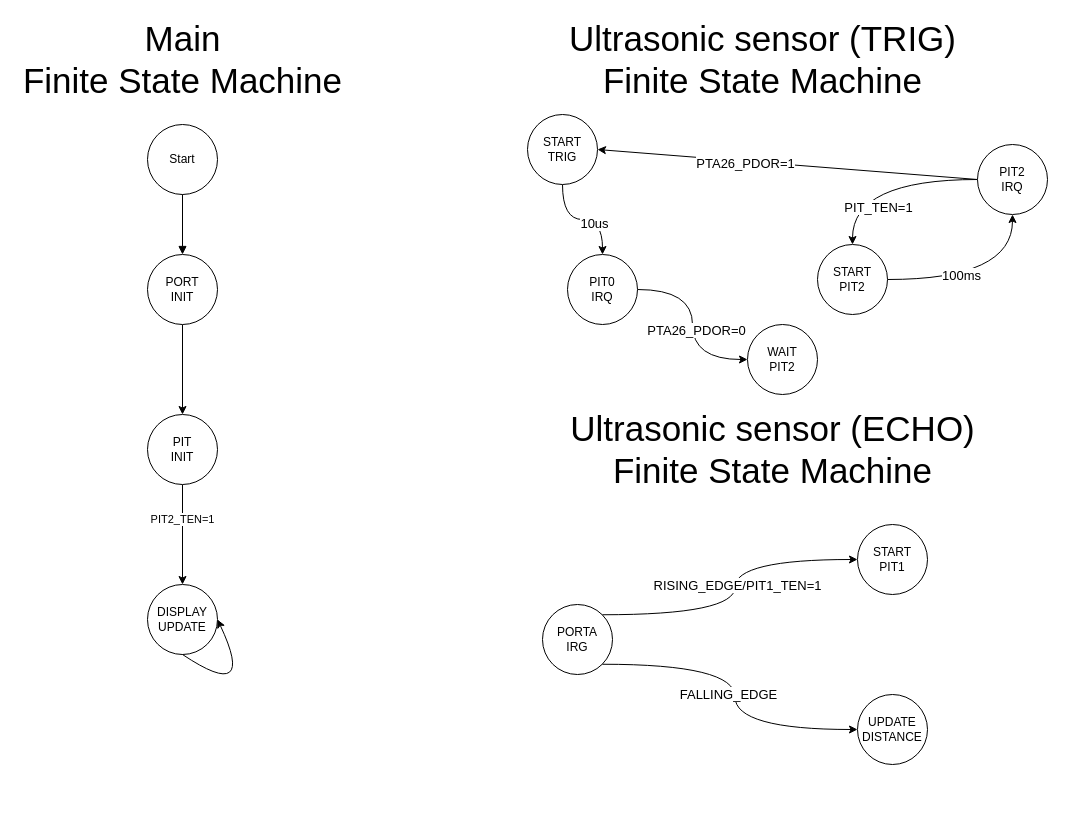
Above: page "fsm system" (1 of 3) of docs/resources/diagrams.drawio in hungdojan/IMP_Project (draw.io), before the change. Source tidied: cells renumbered, new cells numbered last; positions are measured from the earlier drawing's top-left corner, leaving out a move shared by most shapes. Both pictures are drawn from the tidied source at 100%, with x=0, y=0 at pixel (17, 34).
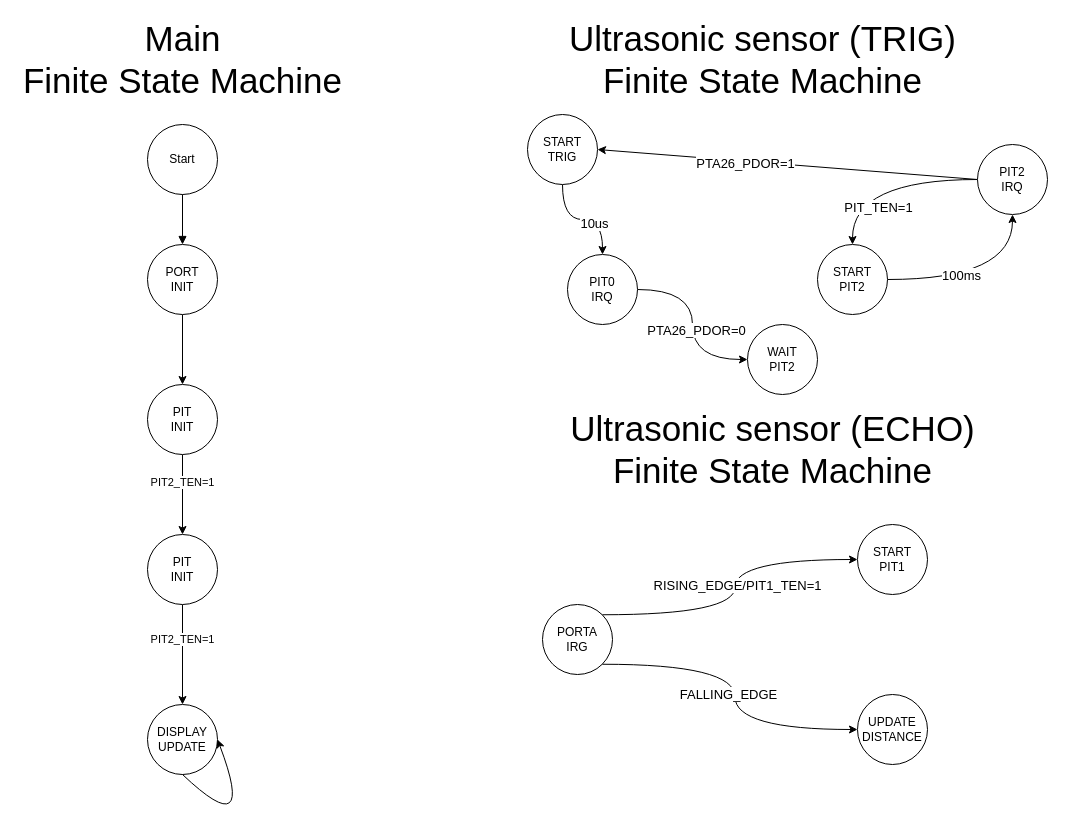
The same diagram, later.

Commit message (it also covers changes not shown here):
MCG init

The edit, as a diff of the source:
```diff
@@
     <mxCell id="6" value="PORT&lt;br&gt;INIT" style="ellipse;whiteSpace=wrap;html=1;" parent="1" vertex="1">
-      <mxGeometry x="130" y="220" width="70" height="70" as="geometry" />
+      <mxGeometry x="130" y="210" width="70" height="70" as="geometry" />
     </mxCell>
-    <mxCell id="7" style="edgeStyle=none;html=1;exitX=0.5;exitY=1;exitDx=0;exitDy=0;entryX=0.5;entryY=0;entryDx=0;entryDy=0;" parent="1" edge="1" source="9" target="10">
+    <mxCell id="7" style="edgeStyle=none;html=1;exitX=0.5;exitY=1;exitDx=0;exitDy=0;entryX=0.5;entryY=0;entryDx=0;entryDy=0;" parent="1" edge="1" source="9" target="38">
       <mxGeometry relative="1" as="geometry" />
     </mxCell>
@@
     <mxCell id="9" value="PIT&lt;br&gt;INIT" style="ellipse;whiteSpace=wrap;html=1;" parent="1" vertex="1">
-      <mxGeometry x="130" y="380" width="70" height="70" as="geometry" />
+      <mxGeometry x="130" y="350" width="70" height="70" as="geometry" />
     </mxCell>
-    <mxCell id="10" value="DISPLAY&lt;br&gt;UPDATE" style="ellipse;whiteSpace=wrap;html=1;" parent="1" vertex="1">
-      <mxGeometry x="130" y="550" width="70" height="70" as="geometry" />
-    </mxCell>
-    <mxCell id="11" style="edgeStyle=orthogonalEdgeStyle;html=1;exitX=0.5;exitY=1;exitDx=0;exitDy=0;elbow=vertical;entryX=1;entryY=0.5;entryDx=0;entryDy=0;curved=1;" parent="1" edge="1" source="10" target="10">
-      <mxGeometry relative="1" as="geometry">
-        <Array as="points">
-          <mxPoint x="240" y="670" />
-        </Array>
-      </mxGeometry>
-    </mxCell>
@@
+    <mxCell id="36" style="edgeStyle=none;html=1;exitX=0.5;exitY=1;exitDx=0;exitDy=0;entryX=0.5;entryY=0;entryDx=0;entryDy=0;" parent="1" edge="1" source="38" target="10">
+      <mxGeometry relative="1" as="geometry" />
+    </mxCell>
+    <mxCell id="37" value="PIT2_TEN=1" style="edgeLabel;html=1;align=center;verticalAlign=middle;" parent="36" vertex="1">
+      <mxGeometry x="-0.32" y="-1" relative="1" as="geometry" />
+    </mxCell>
+    <mxCell id="38" value="PIT&lt;br&gt;INIT" style="ellipse;whiteSpace=wrap;html=1;" parent="1" vertex="1">
+      <mxGeometry x="130" y="500" width="70" height="70" as="geometry" />
+    </mxCell>
+    <mxCell id="10" value="DISPLAY&lt;br&gt;UPDATE" style="ellipse;whiteSpace=wrap;html=1;" parent="1" vertex="1">
+      <mxGeometry x="130" y="670" width="70" height="70" as="geometry" />
+    </mxCell>
+    <mxCell id="11" style="edgeStyle=orthogonalEdgeStyle;html=1;exitX=0.5;exitY=1;exitDx=0;exitDy=0;elbow=vertical;entryX=1;entryY=0.5;entryDx=0;entryDy=0;curved=1;" parent="1" edge="1" source="10" target="10">
+      <mxGeometry relative="1" as="geometry">
+        <Array as="points">
+          <mxPoint x="240" y="811" />
+        </Array>
+      </mxGeometry>
+    </mxCell>
```
